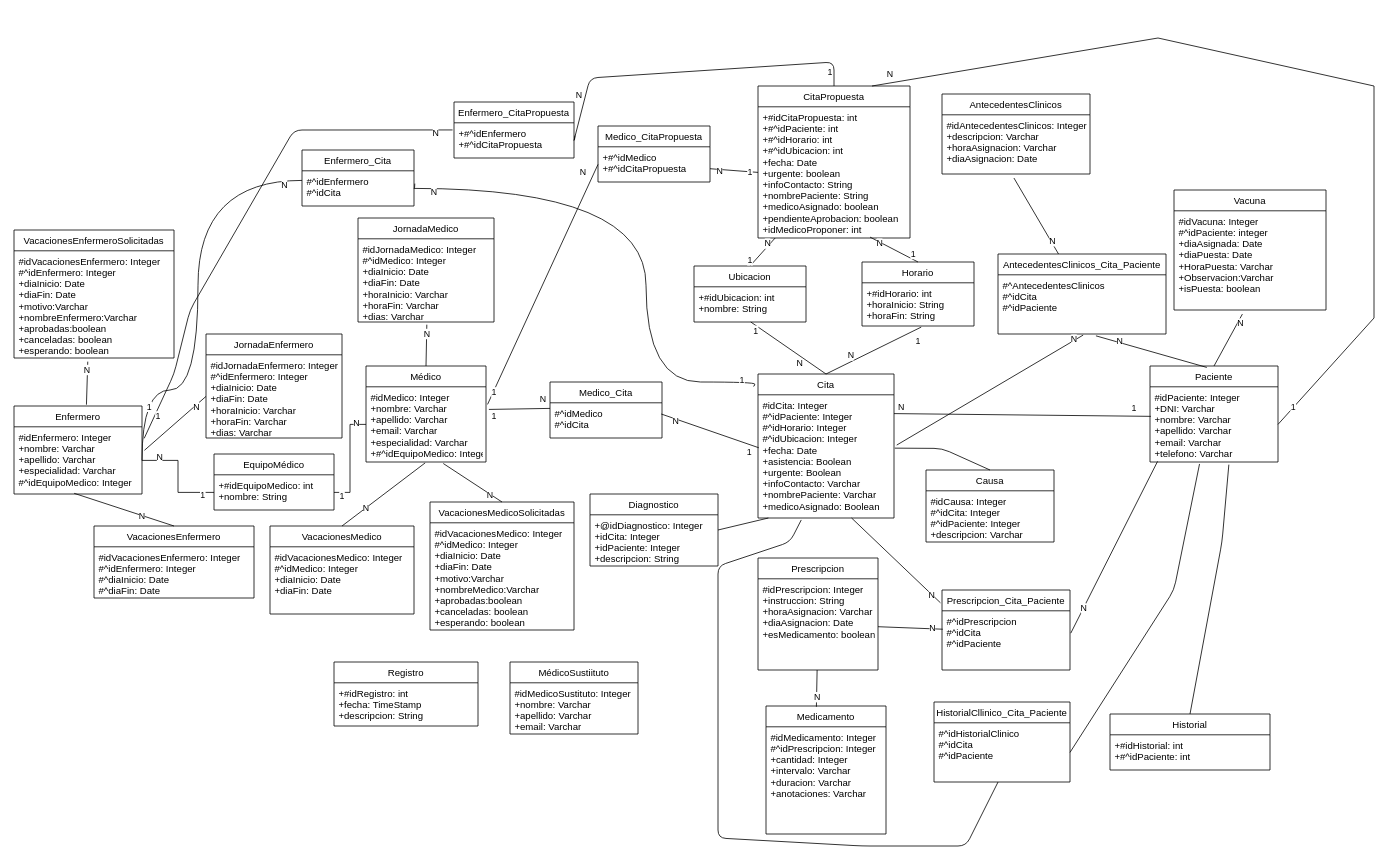
This is BBDD/diseño/DiagramaIPS.G IPS.drawio from nicomencia/IPS21_L33, a draw.io file, before an edit. Source tidied: cells renumbered, new cells numbered last; positions are measured from the earlier drawing's top-left corner, leaving out a move shared by most shapes. Both pictures are drawn from the tidied source at 80%, with x=0, y=0 at pixel (14, 14).
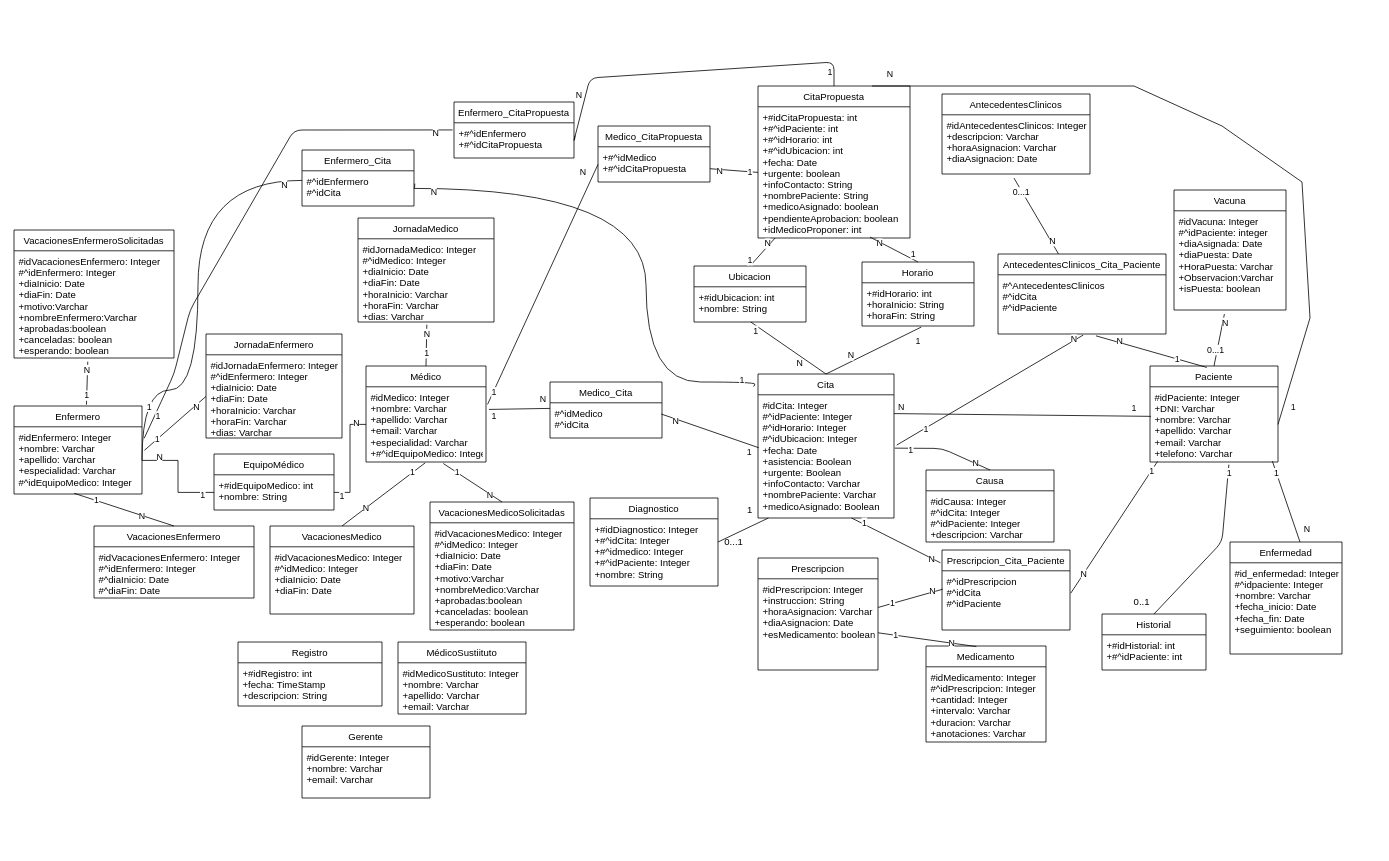
The same diagram, later.

Commit message:
modelo de datos

Unchanged cells that the change refers to:
```xml
<mxCell id="3" style="endArrow=none;html=1;entryX=0.5;entryY=0;entryDx=0;entryDy=0;exitX=0.616;exitY=1.035;exitDx=0;exitDy=0;exitPerimeter=0;" parent="1" edge="1" source="39" target="46">
  <mxGeometry relative="1" as="geometry">
    <Array as="points">
      <mxPoint x="1510" y="660" />
    </Array>
  </mxGeometry>
</mxCell>
<mxCell id="4" style="endArrow=none;html=1;exitX=0.5;exitY=0;exitDx=0;exitDy=0;entryX=0.47;entryY=0.99;entryDx=0;entryDy=0;entryPerimeter=0;" parent="1" edge="1" source="23" target="20">
  <mxGeometry relative="1" as="geometry" />
</mxCell>
<mxCell id="6" style="endArrow=none;html=1;exitX=0.5;exitY=0;exitDx=0;exitDy=0;entryX=0.493;entryY=1.012;entryDx=0;entryDy=0;entryPerimeter=0;" parent="1" edge="1" source="17" target="14">
  <mxGeometry relative="1" as="geometry" />
</mxCell>
<mxCell id="8" style="endArrow=none;html=1;exitX=0.5;exitY=0;exitDx=0;exitDy=0;entryX=0.506;entryY=1.032;entryDx=0;entryDy=0;entryPerimeter=0;" parent="1" edge="1" source="13" target="16">
  <mxGeometry relative="1" as="geometry" />
</mxCell>
<mxCell id="11" style="endArrow=none;html=1;entryX=0;entryY=0.5;entryDx=0;entryDy=0;exitX=1.019;exitY=0.35;exitDx=0;exitDy=0;exitPerimeter=0;" parent="1" edge="1" source="20" target="22">
  <mxGeometry relative="1" as="geometry" />
</mxCell>
<mxCell id="35" value="#idCita: Integer&#10;#^idPaciente: Integer&#10;#^idHorario: Integer&#10;#^idUbicacion: Integer&#10;+fecha: Date&#10;+asistencia: Boolean&#10;+urgente: Boolean&#10;+infoContacto: Varchar&#10;+nombrePaciente: Varchar&#10;+medicoAsignado: Boolean" style="text;strokeColor=none;fillColor=none;align=left;verticalAlign=top;spacingLeft=4;spacingRight=4;overflow=hidden;points=[[0,0.5],[1,0.5]];portConstraint=eastwest;" parent="34" vertex="1">
  <mxGeometry y="26" width="170" height="154" as="geometry" />
</mxCell>
<mxCell id="39" value="#idPaciente: Integer&#10;+DNI: Varchar&#10;+nombre: Varchar&#10;+apellido: Varchar&#10;+email: Varchar&#10;+telefono: Varchar" style="text;strokeColor=none;fillColor=none;align=left;verticalAlign=top;spacingLeft=4;spacingRight=4;overflow=hidden;points=[[0,0.5],[1,0.5]];portConstraint=eastwest;" parent="38" vertex="1">
  <mxGeometry y="26" width="160" height="94" as="geometry" />
</mxCell>
<mxCell id="48" style="endArrow=none;html=1;strokeColor=#000000;entryX=0.006;entryY=0.311;entryDx=0;entryDy=0;entryPerimeter=0;" parent="1" edge="1" source="37" target="61">
  <mxGeometry relative="1" as="geometry" />
</mxCell>
<mxCell id="50" style="endArrow=none;html=1;strokeColor=#000000;entryX=0.059;entryY=0.992;entryDx=0;entryDy=0;entryPerimeter=0;exitX=1.006;exitY=0.378;exitDx=0;exitDy=0;exitPerimeter=0;" parent="1" edge="1" source="61" target="39">
  <mxGeometry relative="1" as="geometry" />
</mxCell>
<mxCell id="54" style="endArrow=none;html=1;strokeColor=#000000;entryX=0.688;entryY=1;entryDx=0;entryDy=0;entryPerimeter=0;exitX=-0.012;exitY=0.16;exitDx=0;exitDy=0;exitPerimeter=0;" parent="1" edge="1" source="60" target="35">
  <mxGeometry relative="1" as="geometry" />
</mxCell>
<mxCell id="56" style="endArrow=none;html=1;strokeColor=#000000;entryX=1.006;entryY=0.433;entryDx=0;entryDy=0;exitX=0.5;exitY=0;exitDx=0;exitDy=0;entryPerimeter=0;" parent="1" edge="1" source="52" target="35">
  <mxGeometry relative="1" as="geometry">
    <Array as="points">
      <mxPoint x="1160" y="543" />
    </Array>
  </mxGeometry>
</mxCell>
<mxCell id="66" style="endArrow=none;html=1;exitX=0.42;exitY=0.006;exitDx=0;exitDy=0;exitPerimeter=0;" parent="1" edge="1" source="44" target="37">
  <mxGeometry relative="1" as="geometry" />
</mxCell>
<mxCell id="70" style="endArrow=none;html=1;entryX=0.5;entryY=0;entryDx=0;entryDy=0;exitX=0.644;exitY=1.02;exitDx=0;exitDy=0;exitPerimeter=0;" parent="1" edge="1" source="14" target="68">
  <mxGeometry relative="1" as="geometry" />
</mxCell>
<mxCell id="78" value="CitaPropuesta" style="swimlane;fontStyle=0;horizontal=1;startSize=26;fillColor=none;" parent="1" vertex="1">
  <mxGeometry x="930" y="90" width="190" height="190" as="geometry" />
</mxCell>
<mxCell id="97" style="endArrow=none;html=1;entryX=0.45;entryY=1.041;entryDx=0;entryDy=0;entryPerimeter=0;exitX=0.5;exitY=0;exitDx=0;exitDy=0;" parent="1" edge="1" source="38" target="96">
  <mxGeometry relative="1" as="geometry" />
</mxCell>
<mxCell id="103" style="endArrow=none;html=1;entryX=0.486;entryY=1.068;entryDx=0;entryDy=0;entryPerimeter=0;" parent="1" edge="1" source="101" target="100">
  <mxGeometry relative="1" as="geometry" />
</mxCell>
<mxCell id="105" style="endArrow=none;html=1;entryX=0.583;entryY=1.031;entryDx=0;entryDy=0;entryPerimeter=0;exitX=0.444;exitY=0.015;exitDx=0;exitDy=0;exitPerimeter=0;" parent="1" edge="1" source="38" target="102">
  <mxGeometry relative="1" as="geometry" />
</mxCell>
<mxCell id="107" style="endArrow=none;html=1;exitX=1.02;exitY=0.408;exitDx=0;exitDy=0;exitPerimeter=0;entryX=0.507;entryY=1.018;entryDx=0;entryDy=0;entryPerimeter=0;" parent="1" edge="1" source="35" target="102">
  <mxGeometry relative="1" as="geometry" />
</mxCell>
<mxCell id="111" style="endArrow=none;html=1;exitX=0.566;exitY=-0.015;exitDx=0;exitDy=0;exitPerimeter=0;entryX=0.461;entryY=1.034;entryDx=0;entryDy=0;entryPerimeter=0;" parent="1" edge="1" source="19" target="94">
  <mxGeometry relative="1" as="geometry" />
</mxCell>
```

Diff of the diagram source:
```diff
@@
+    <mxCell id="145" value="1" style="edgeLabel;html=1;align=center;verticalAlign=middle;" parent="3" vertex="1">
+      <mxGeometry x="-0.91" y="1" relative="1" as="geometry" />
+    </mxCell>
@@
+    <mxCell id="146" value="1" style="edgeLabel;html=1;align=center;verticalAlign=middle;" parent="4" vertex="1">
+      <mxGeometry x="0.57" y="-1" relative="1" as="geometry" />
+    </mxCell>
@@
+    <mxCell id="147" value="1" style="edgeLabel;html=1;align=center;verticalAlign=middle;" parent="6" vertex="1">
+      <mxGeometry x="0.69" y="1" relative="1" as="geometry" />
+    </mxCell>
@@
+    <mxCell id="148" value="1" style="edgeLabel;html=1;align=center;verticalAlign=middle;" parent="8" vertex="1">
+      <mxGeometry x="-0.36" relative="1" as="geometry" />
+    </mxCell>
@@
+    <mxCell id="149" value="1" style="edgeLabel;html=1;align=center;verticalAlign=middle;" parent="11" vertex="1">
+      <mxGeometry x="-0.59" y="1" relative="1" as="geometry" />
+    </mxCell>
@@
     <mxCell id="42" value="Diagnostico" style="swimlane;fontStyle=0;horizontal=1;startSize=26;fillColor=none;" parent="1" vertex="1">
-      <mxGeometry x="720" y="600" width="160" height="90" as="geometry" />
+      <mxGeometry x="720" y="605" width="160" height="110" as="geometry" />
     </mxCell>
-    <mxCell id="43" value="+@idDiagnostico: Integer&#10;+idCita: Integer&#10;+idPaciente: Integer&#10;+descripcion: String" style="text;strokeColor=none;fillColor=none;align=left;verticalAlign=top;spacingLeft=4;spacingRight=4;overflow=hidden;" parent="42" vertex="1">
-      <mxGeometry y="26" width="160" height="64" as="geometry" />
+    <mxCell id="43" value="+#idDiagnostico: Integer&#10;+#^idCita: Integer&#10;+#^idmedico: Integer&#10;+#^idPaciente: Integer&#10;+nombre: String" style="text;strokeColor=none;fillColor=none;align=left;verticalAlign=top;spacingLeft=4;spacingRight=4;overflow=hidden;" parent="42" vertex="1">
+      <mxGeometry y="26" width="160" height="84" as="geometry" />
     </mxCell>
     <mxCell id="44" value="Medicamento" style="swimlane;fontStyle=0;horizontal=1;startSize=26;fillColor=none;" parent="1" vertex="1">
-      <mxGeometry x="940" y="865" width="150" height="160" as="geometry" />
+      <mxGeometry x="1140" y="790" width="150" height="120" as="geometry" />
     </mxCell>
     <mxCell id="45" value="#idMedicamento: Integer&#10;#^idPrescripcion: Integer&#10;+cantidad: Integer&#10;+intervalo: Varchar&#10;+duracion: Varchar&#10;+anotaciones: Varchar&#10;" style="text;strokeColor=none;fillColor=none;align=left;verticalAlign=top;spacingLeft=4;spacingRight=4;overflow=hidden;" parent="44" vertex="1">
-      <mxGeometry y="26" width="150" height="134" as="geometry" />
+      <mxGeometry y="26" width="150" height="94" as="geometry" />
     </mxCell>
     <mxCell id="46" value="Historial" style="swimlane;fontStyle=0;horizontal=1;startSize=26;fillColor=none;" parent="1" vertex="1">
-      <mxGeometry x="1370" y="875" width="200" height="70" as="geometry" />
+      <mxGeometry x="1360" y="750" width="130" height="70" as="geometry" />
     </mxCell>
     <mxCell id="47" value="+#idHistorial: int&#10;+#^idPaciente: int&#10;" style="text;strokeColor=none;fillColor=none;align=left;verticalAlign=top;spacingLeft=4;spacingRight=4;overflow=hidden;" parent="46" vertex="1">
-      <mxGeometry y="26" width="200" height="44" as="geometry" />
+      <mxGeometry y="26" width="130" height="44" as="geometry" />
     </mxCell>
@@
+    <mxCell id="150" value="1" style="edgeLabel;html=1;align=center;verticalAlign=middle;" parent="48" vertex="1">
+      <mxGeometry x="-0.58" y="1" relative="1" as="geometry" />
+    </mxCell>
@@
+    <mxCell id="151" value="1" style="edgeLabel;html=1;align=center;verticalAlign=middle;" parent="50" vertex="1">
+      <mxGeometry x="0.86" relative="1" as="geometry" />
+    </mxCell>
@@
+    <mxCell id="152" value="1" style="edgeLabel;html=1;align=center;verticalAlign=middle;" parent="54" vertex="1">
+      <mxGeometry x="0.74" y="-2" relative="1" as="geometry" />
+    </mxCell>
@@
+    <mxCell id="153" value="N" style="edgeLabel;html=1;align=center;verticalAlign=middle;" parent="56" vertex="1">
+      <mxGeometry x="-0.68" relative="1" as="geometry" />
+    </mxCell>
+    <mxCell id="154" value="1" style="edgeLabel;html=1;align=center;verticalAlign=middle;" parent="56" vertex="1">
+      <mxGeometry x="0.69" y="2" relative="1" as="geometry" />
+    </mxCell>
@@
     <mxCell id="60" value="Prescripcion_Cita_Paciente" style="swimlane;fontStyle=0;horizontal=1;startSize=26;fillColor=none;" parent="1" vertex="1">
-      <mxGeometry x="1160" y="720" width="160" height="100" as="geometry" />
+      <mxGeometry x="1160" y="670" width="160" height="100" as="geometry" />
     </mxCell>
@@
-    <mxCell id="62" value="HistorialCllinico_Cita_Paciente" style="swimlane;fontStyle=0;horizontal=1;startSize=26;fillColor=none;" parent="1" vertex="1">
-      <mxGeometry x="1150" y="860" width="170" height="100" as="geometry" />
-    </mxCell>
-    <mxCell id="63" value="#^idHistorialClinico&#10;#^idCita&#10;#^idPaciente" style="text;strokeColor=none;fillColor=none;align=left;verticalAlign=top;spacingLeft=4;spacingRight=4;overflow=hidden;points=[[0,0.5],[1,0.5]];portConstraint=eastwest;" parent="62" vertex="1">
-      <mxGeometry y="26" width="170" height="74" as="geometry" />
-    </mxCell>
-    <mxCell id="64" style="endArrow=none;html=1;entryX=0.471;entryY=1;entryDx=0;entryDy=0;entryPerimeter=0;exitX=0.318;exitY=1.016;exitDx=0;exitDy=0;exitPerimeter=0;" parent="1" edge="1" source="35" target="63">
-      <mxGeometry relative="1" as="geometry">
-        <Array as="points">
-          <mxPoint x="970" y="660" />
-          <mxPoint x="880" y="690" />
-          <mxPoint x="880" y="1030" />
-          <mxPoint x="1060" y="1040" />
-          <mxPoint x="1190" y="1040" />
-        </Array>
-      </mxGeometry>
-    </mxCell>
-    <mxCell id="65" style="endArrow=none;html=1;exitX=1;exitY=0.5;exitDx=0;exitDy=0;entryX=0.387;entryY=1.026;entryDx=0;entryDy=0;entryPerimeter=0;" parent="1" edge="1" source="63" target="39">
-      <mxGeometry relative="1" as="geometry">
-        <Array as="points">
-          <mxPoint x="1450" y="720" />
-        </Array>
-      </mxGeometry>
-    </mxCell>
@@
+    <mxCell id="155" value="1" style="edgeLabel;html=1;align=center;verticalAlign=middle;" parent="66" vertex="1">
+      <mxGeometry x="0.65" relative="1" as="geometry" />
+    </mxCell>
@@
+    <mxCell id="156" value="1" style="edgeLabel;html=1;align=center;verticalAlign=middle;" parent="70" vertex="1">
+      <mxGeometry x="-0.55" y="1" relative="1" as="geometry" />
+    </mxCell>
     <mxCell id="72" value="MédicoSustiituto" style="swimlane;fontStyle=0;horizontal=1;startSize=26;fillColor=none;" parent="1" vertex="1">
-      <mxGeometry x="620" y="810" width="160" height="90" as="geometry" />
+      <mxGeometry x="480" y="785" width="160" height="90" as="geometry" />
     </mxCell>
@@
     <mxCell id="95" value="Vacuna" style="swimlane;fontStyle=0;horizontal=1;startSize=26;fillColor=none;" parent="1" vertex="1">
-      <mxGeometry x="1450" y="220" width="190" height="150" as="geometry" />
+      <mxGeometry x="1450" y="220" width="140" height="150" as="geometry" />
     </mxCell>
     <mxCell id="96" value="#idVacuna: Integer&#10;#^idPaciente: integer&#10;+diaAsignada: Date&#10;+diaPuesta: Date&#10;+HoraPuesta: Varchar&#10;+Observacion:Varchar&#10;+isPuesta: boolean" style="text;strokeColor=none;fillColor=none;align=left;verticalAlign=top;spacingLeft=4;spacingRight=4;overflow=hidden;points=[[0,0.5],[1,0.5]];portConstraint=eastwest;" parent="95" vertex="1">
-      <mxGeometry y="26" width="190" height="124" as="geometry" />
+      <mxGeometry y="26" width="140" height="124" as="geometry" />
     </mxCell>
@@
+    <mxCell id="157" value="0...1" style="edgeLabel;html=1;align=center;verticalAlign=middle;" parent="97" vertex="1">
+      <mxGeometry x="-0.39" y="2" relative="1" as="geometry" />
+    </mxCell>
@@
+    <mxCell id="158" value="0...1" style="edgeLabel;html=1;align=center;verticalAlign=middle;" parent="103" vertex="1">
+      <mxGeometry x="0.66" y="1" relative="1" as="geometry" />
+    </mxCell>
@@
+    <mxCell id="159" value="1" style="edgeLabel;html=1;align=center;verticalAlign=middle;" parent="105" vertex="1">
+      <mxGeometry x="-0.46" relative="1" as="geometry" />
+    </mxCell>
@@
+    <mxCell id="160" value="1" style="edgeLabel;html=1;align=center;verticalAlign=middle;" parent="107" vertex="1">
+      <mxGeometry x="-0.7" y="-1" relative="1" as="geometry" />
+    </mxCell>
     <mxCell id="109" value="Registro" style="swimlane;fontStyle=0;horizontal=1;startSize=26;fillColor=none;" parent="1" vertex="1">
-      <mxGeometry x="400" y="810" width="180" height="80" as="geometry" />
+      <mxGeometry x="280" y="785" width="180" height="80" as="geometry" />
     </mxCell>
@@
+    <mxCell id="161" value="1" style="edgeLabel;html=1;align=center;verticalAlign=middle;" parent="111" vertex="1">
+      <mxGeometry x="-0.57" relative="1" as="geometry" />
+    </mxCell>
@@
     <mxCell id="142" style="edgeStyle=none;rounded=0;jettySize=auto;html=1;exitX=1;exitY=0.5;exitDx=0;exitDy=0;entryX=0.75;entryY=0;entryDx=0;entryDy=0;endArrow=none;endFill=0;" parent="1" edge="1" source="39" target="78">
       <mxGeometry relative="1" as="geometry">
         <Array as="points">
-          <mxPoint x="1700" y="380" />
-          <mxPoint x="1700" y="90" />
-          <mxPoint x="1430" y="30" />
+          <mxPoint x="1620" y="380" />
+          <mxPoint x="1610" y="210" />
+          <mxPoint x="1510" y="140" />
+          <mxPoint x="1400" y="90" />
         </Array>
       </mxGeometry>
     </mxCell>
@@
+    <mxCell id="162" value="0..1" style="text;html=1;strokeColor=none;fillColor=none;align=center;verticalAlign=middle;whiteSpace=wrap;rounded=0;" parent="1" vertex="1">
+      <mxGeometry x="1390" y="725" width="40" height="20" as="geometry" />
+    </mxCell>
+    <mxCell id="163" value="Gerente" style="swimlane;fontStyle=0;horizontal=1;startSize=26;fillColor=none;" parent="1" vertex="1">
+      <mxGeometry x="360" y="890" width="160" height="90" as="geometry" />
+    </mxCell>
+    <mxCell id="164" value="#idGerente: Integer&#10;+nombre: Varchar&#10;+email: Varchar" style="text;strokeColor=none;fillColor=none;align=left;verticalAlign=top;spacingLeft=4;spacingRight=4;overflow=hidden;" parent="163" vertex="1">
+      <mxGeometry y="26" width="160" height="64" as="geometry" />
+    </mxCell>
+    <mxCell id="165" value="0...1" style="text;html=1;strokeColor=none;fillColor=none;align=center;verticalAlign=middle;whiteSpace=wrap;rounded=0;" parent="1" vertex="1">
+      <mxGeometry x="880" y="650" width="40" height="20" as="geometry" />
+    </mxCell>
+    <mxCell id="166" value="1" style="text;html=1;strokeColor=none;fillColor=none;align=center;verticalAlign=middle;whiteSpace=wrap;rounded=0;" parent="1" vertex="1">
+      <mxGeometry x="900" y="610" width="40" height="20" as="geometry" />
+    </mxCell>
+    <mxCell id="167" value="Enfermedad" style="swimlane;fontStyle=0;horizontal=1;startSize=26;fillColor=none;" parent="1" vertex="1">
+      <mxGeometry x="1520" y="660" width="140" height="140" as="geometry" />
+    </mxCell>
+    <mxCell id="168" value="#id_enfermedad: Integer&#10;#^idpaciente: Integer&#10;+nombre: Varchar&#10;+fecha_inicio: Date&#10;+fecha_fin: Date&#10;+seguimiento: boolean" style="text;strokeColor=none;fillColor=none;align=left;verticalAlign=top;spacingLeft=4;spacingRight=4;overflow=hidden;" parent="167" vertex="1">
+      <mxGeometry y="26" width="140" height="114" as="geometry" />
+    </mxCell>
+    <mxCell id="169" style="endArrow=none;html=1;entryX=0.956;entryY=0.989;entryDx=0;entryDy=0;entryPerimeter=0;exitX=0.625;exitY=0;exitDx=0;exitDy=0;exitPerimeter=0;" parent="1" edge="1" source="167" target="39">
+      <mxGeometry relative="1" as="geometry" />
+    </mxCell>
+    <mxCell id="170" value="1" style="edgeLabel;html=1;align=center;verticalAlign=middle;" parent="169" vertex="1">
+      <mxGeometry x="0.74" relative="1" as="geometry">
+        <mxPoint y="1" as="offset" />
+      </mxGeometry>
+    </mxCell>
+    <mxCell id="171" value="N" style="edgeLabel;html=1;align=center;verticalAlign=middle;" parent="1" vertex="1">
+      <mxGeometry x="1320" y="800" as="geometry">
+        <mxPoint x="295" y="-157" as="offset" />
+      </mxGeometry>
+    </mxCell>
```
